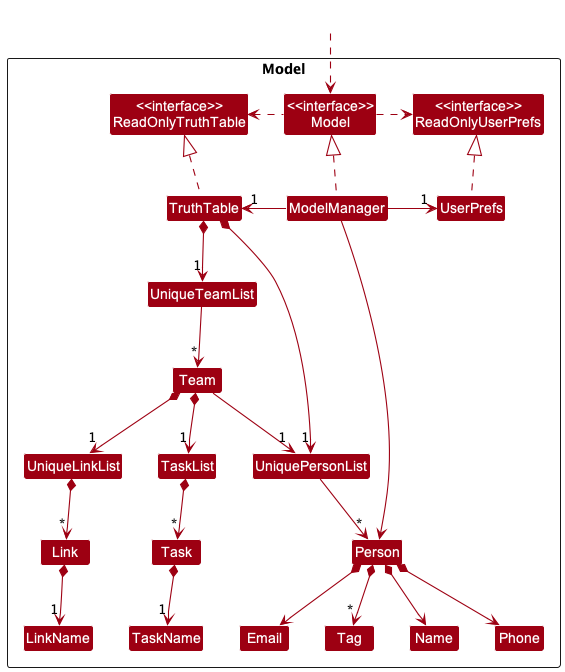
This is docs/images/ModelClassDiagram.png from nus-cs2103-AY2223S1/tp, a PlantUML export, as it was before one commit.
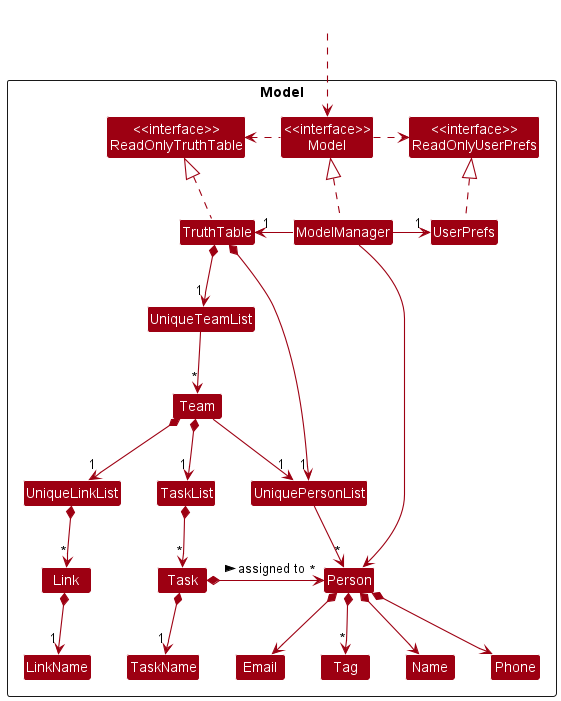
The same diagram one commit later.

Commit message:
Update Model section in DG

What changed in the source:
```diff
@@ -21,12 +21,12 @@
 
 Class UniqueTeamList
 Class Team
+Class UniqueLinkList
+Class Link
+Class LinkName
 Class TaskList
 Class Task
 Class TaskName
-Class UniqueLinkList
-Class Link
-Class LinkName
 }
 
 Class HiddenOutside #FFFFFF
@@ -57,8 +57,9 @@
 Team --> "1" UniquePersonList
 Team *-down-> "1" UniqueLinkList
 Team *-down-> "1" TaskList
+UniqueLinkList *-down-> "*" Link
 TaskList *-down-> "*" Task
-UniqueLinkList *-down-> "*" Link
 Task *-down-> "1" TaskName
+Task *-right-> "*" Person : assigned to >
 Link *-down-> "1" LinkName
 @enduml
```
